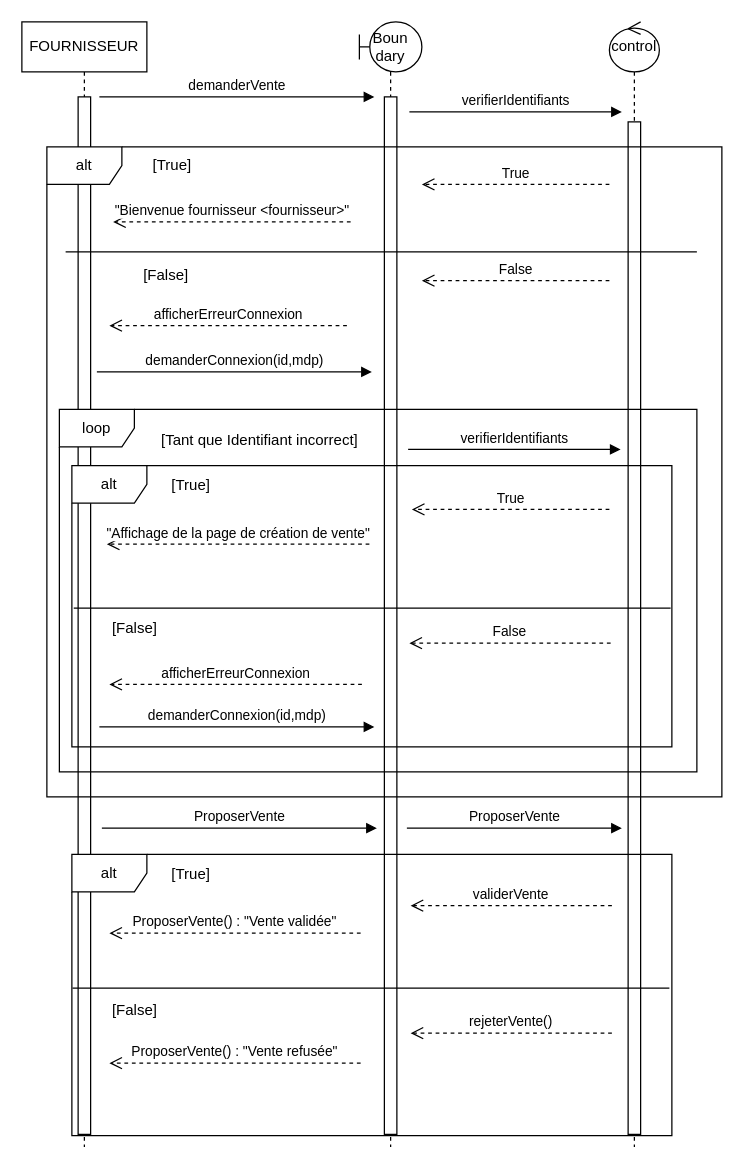
Earlier version of the draw.io diagram page "Diagramme de séquence corrigé" (7 of 7) of docs/Diagrammes.drawio (Kaituro/PCO_Phase2_ProposerVente). Source tidied: cells renumbered, new cells numbered last; positions are measured from the earlier drawing's top-left corner, leaving out a move shared by most shapes. Both pictures are drawn from the tidied source at 125%, with x=0, y=0 at pixel (21, 21).
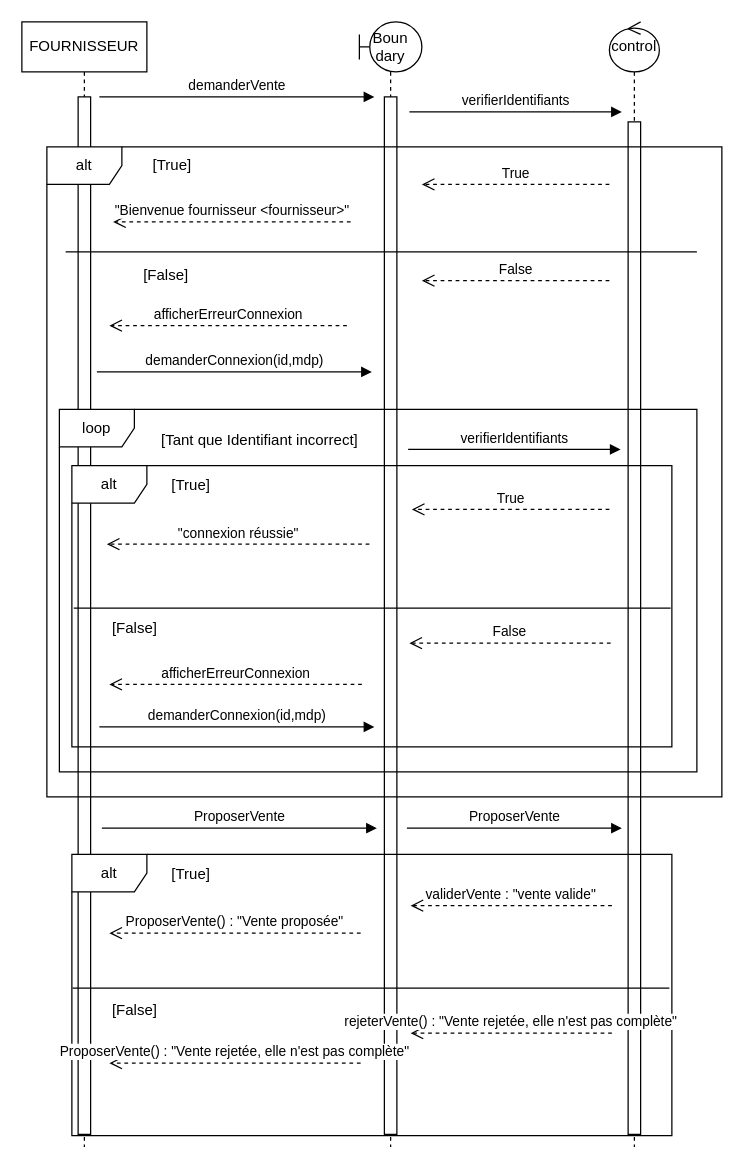
The same diagram, later.

The change refers to these unchanged cells:
```xml
<mxCell id="23" style="group;" parent="20" vertex="1">
  <mxGeometry x="10" y="45" width="480" height="225" as="geometry" />
</mxCell>
```

Change to the diagram source:
```diff
@@
-    <mxCell id="27" value="&quot;Affichage de la page de création de vente&quot;" style="html=1;verticalAlign=bottom;endArrow=open;dashed=1;endSize=8;curved=0;rounded=0;" parent="23" edge="1">
+    <mxCell id="27" value="&quot;connexion réussie&quot;" style="html=1;verticalAlign=bottom;endArrow=open;dashed=1;endSize=8;curved=0;rounded=0;" parent="23" edge="1">
       <mxGeometry relative="1" as="geometry">
         <mxPoint x="238" y="62.8" as="sourcePoint" />
         <mxPoint x="28" y="62.8" as="targetPoint" />
       </mxGeometry>
     </mxCell>
@@
-    <mxCell id="39" value="validerVente" style="html=1;verticalAlign=bottom;endArrow=open;dashed=1;endSize=8;curved=0;rounded=0;" parent="1" edge="1">
+    <mxCell id="39" value="validerVente : &quot;vente valide&quot;" style="html=1;verticalAlign=bottom;endArrow=open;dashed=1;endSize=8;curved=0;rounded=0;" parent="1" edge="1">
       <mxGeometry relative="1" as="geometry">
         <mxPoint x="472" y="707" as="sourcePoint" />
         <mxPoint x="311" y="707" as="targetPoint" />
       </mxGeometry>
     </mxCell>
-    <mxCell id="40" value="rejeterVente()" style="html=1;verticalAlign=bottom;endArrow=open;dashed=1;endSize=8;curved=0;rounded=0;" parent="1" edge="1">
+    <mxCell id="40" value="rejeterVente() : &quot;Vente rejetée, elle n'est pas complète&quot;" style="html=1;verticalAlign=bottom;endArrow=open;dashed=1;endSize=8;curved=0;rounded=0;" parent="1" edge="1">
       <mxGeometry relative="1" as="geometry">
         <mxPoint x="472" y="809" as="sourcePoint" />
         <mxPoint x="311" y="809" as="targetPoint" />
       </mxGeometry>
     </mxCell>
@@
-    <mxCell id="42" value="ProposerVente() : &quot;Vente validée&quot;" style="html=1;verticalAlign=bottom;endArrow=open;dashed=1;endSize=8;curved=0;rounded=0;" parent="1" edge="1">
+    <mxCell id="42" value="ProposerVente() : &quot;Vente proposée&quot;" style="html=1;verticalAlign=bottom;endArrow=open;dashed=1;endSize=8;curved=0;rounded=0;" parent="1" edge="1">
       <mxGeometry relative="1" as="geometry">
         <mxPoint x="271" y="729" as="sourcePoint" />
         <mxPoint x="70" y="729" as="targetPoint" />
       </mxGeometry>
     </mxCell>
-    <mxCell id="43" value="ProposerVente() : &quot;Vente refusée&quot;" style="html=1;verticalAlign=bottom;endArrow=open;dashed=1;endSize=8;curved=0;rounded=0;" parent="1" edge="1">
+    <mxCell id="43" value="ProposerVente() : &quot;Vente rejetée, elle n'est pas complète&quot;" style="html=1;verticalAlign=bottom;endArrow=open;dashed=1;endSize=8;curved=0;rounded=0;" parent="1" edge="1">
       <mxGeometry relative="1" as="geometry">
         <mxPoint x="271" y="833" as="sourcePoint" />
         <mxPoint x="70" y="833" as="targetPoint" />
       </mxGeometry>
     </mxCell>
```
